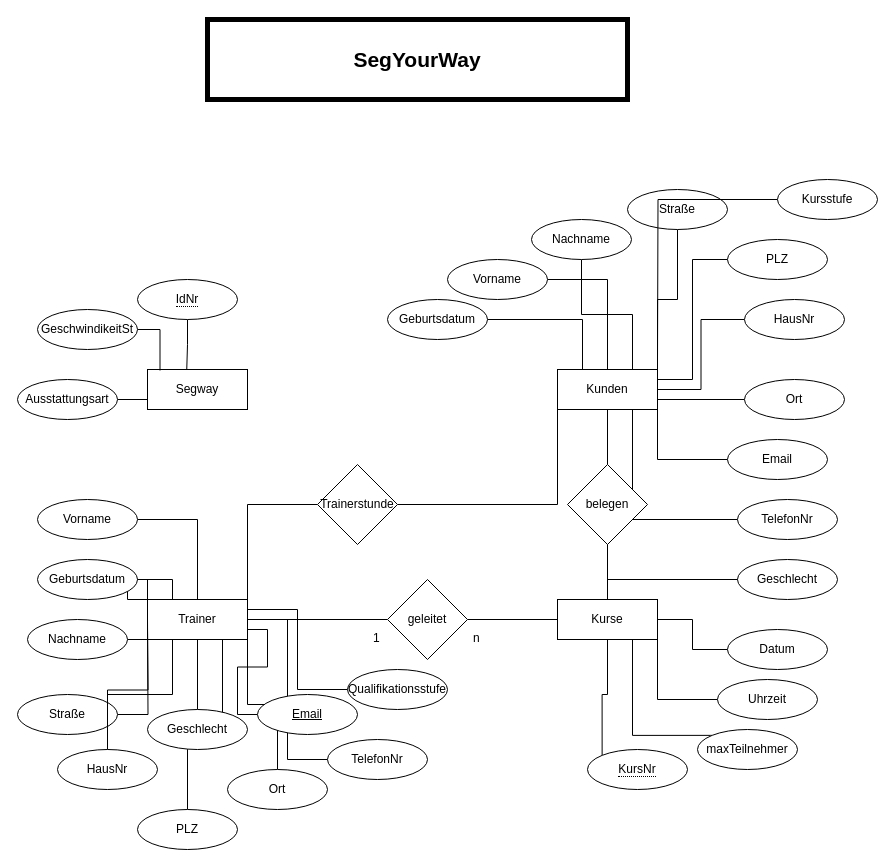
The draw.io diagram Q1INF01-ER-Diagramm-SegYourWay.drawio in jk10274/static, before the edit. Source tidied: cells renumbered, new cells numbered last; positions are measured from the earlier drawing's top-left corner, leaving out a move shared by most shapes. Both pictures are drawn from the tidied source at 100%, with x=0, y=0 at pixel (17, 19).
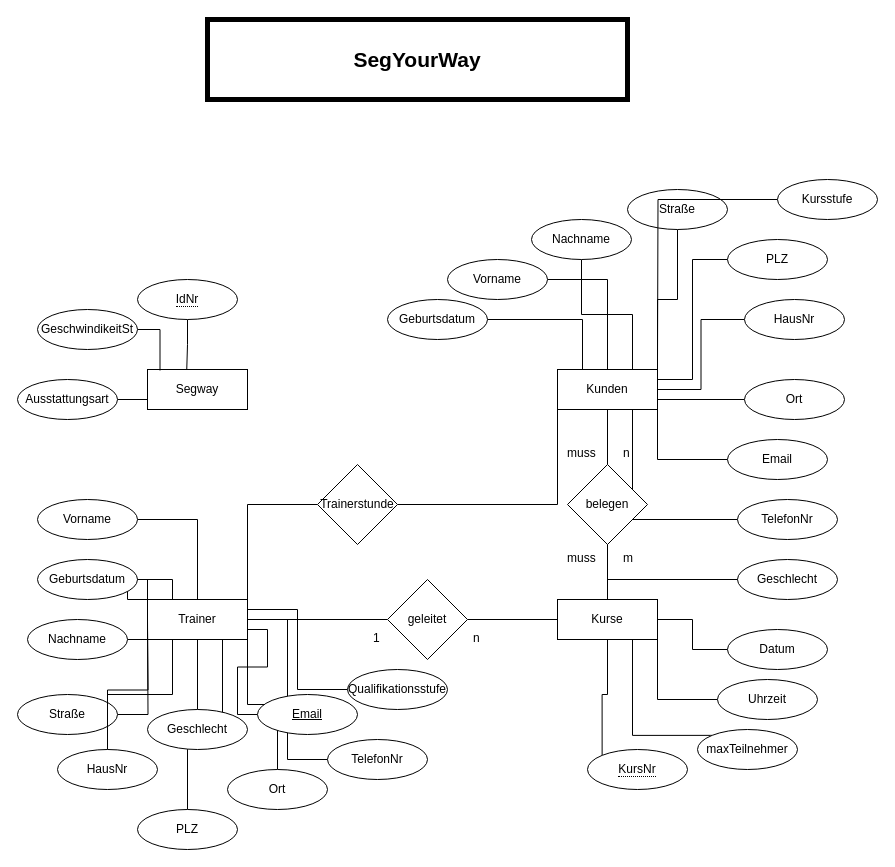
Above is the later version.

Diff of the diagram source:
```diff
@@
+    <mxCell id="78" value="n" style="text;strokeColor=none;fillColor=none;spacingLeft=4;spacingRight=4;overflow=hidden;fontSize=12;" parent="1" vertex="1">
+      <mxGeometry x="600" y="420" width="40" height="30" as="geometry" />
+    </mxCell>
+    <mxCell id="79" value="m" style="text;strokeColor=none;fillColor=none;spacingLeft=4;spacingRight=4;overflow=hidden;fontSize=12;" parent="1" vertex="1">
+      <mxGeometry x="600" y="525" width="40" height="30" as="geometry" />
+    </mxCell>
+    <mxCell id="80" value="muss" style="text;strokeColor=none;fillColor=none;spacingLeft=4;spacingRight=4;overflow=hidden;fontSize=12;" parent="1" vertex="1">
+      <mxGeometry x="544" y="525" width="40" height="30" as="geometry" />
+    </mxCell>
+    <mxCell id="81" value="muss" style="text;strokeColor=none;fillColor=none;spacingLeft=4;spacingRight=4;overflow=hidden;fontSize=12;" parent="1" vertex="1">
+      <mxGeometry x="544" y="420" width="40" height="30" as="geometry" />
+    </mxCell>
```
